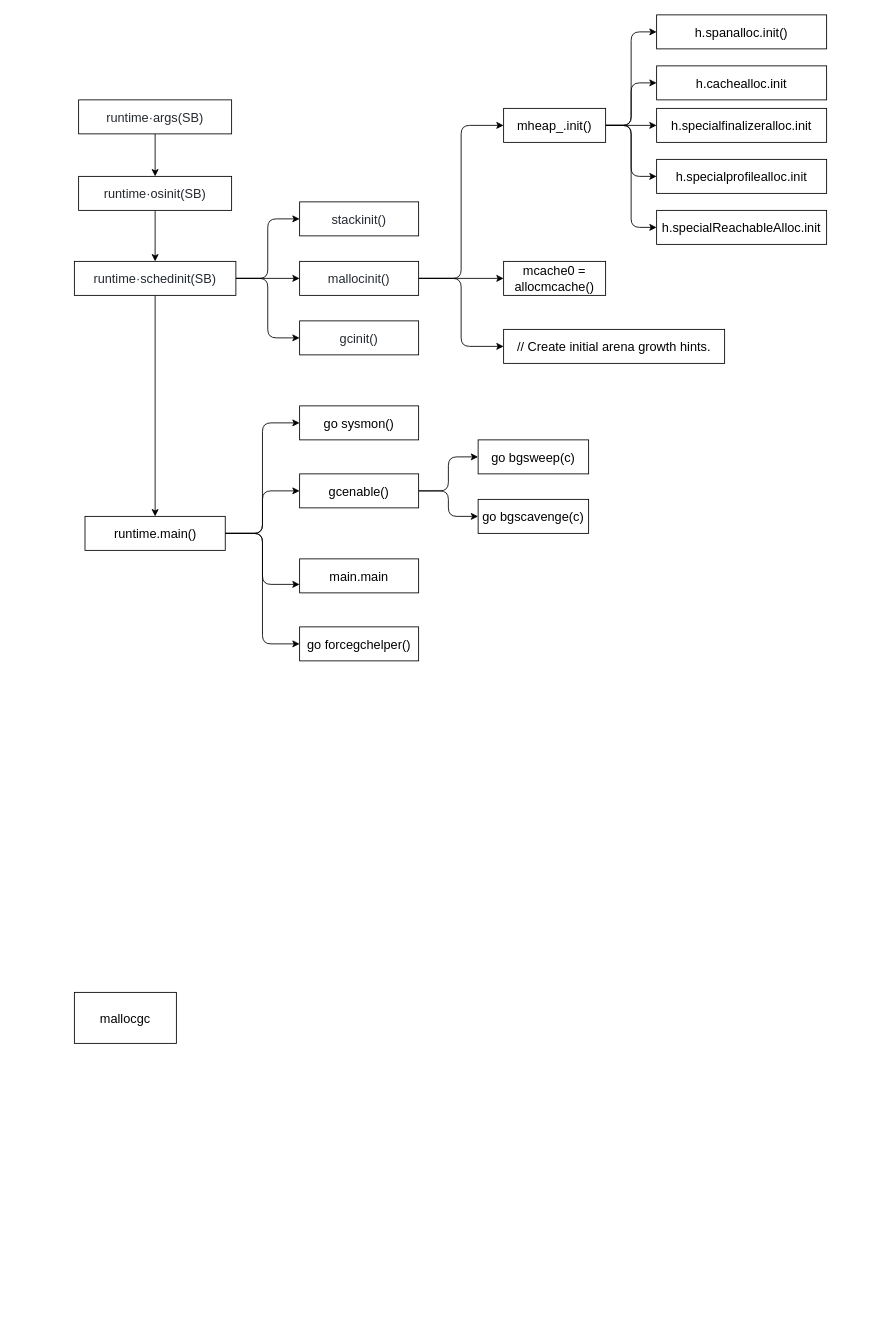
Above: page "bootstrap" (1 of 2) of source/diagrams/Go.drawio in wxquare/wxquare.github.io (draw.io), before the change. Source tidied: cells renumbered, new cells numbered last; positions are measured from the earlier drawing's top-left corner, leaving out a move shared by most shapes. Both pictures are drawn from the tidied source at 85%, with x=0, y=0 at pixel (74, 14).
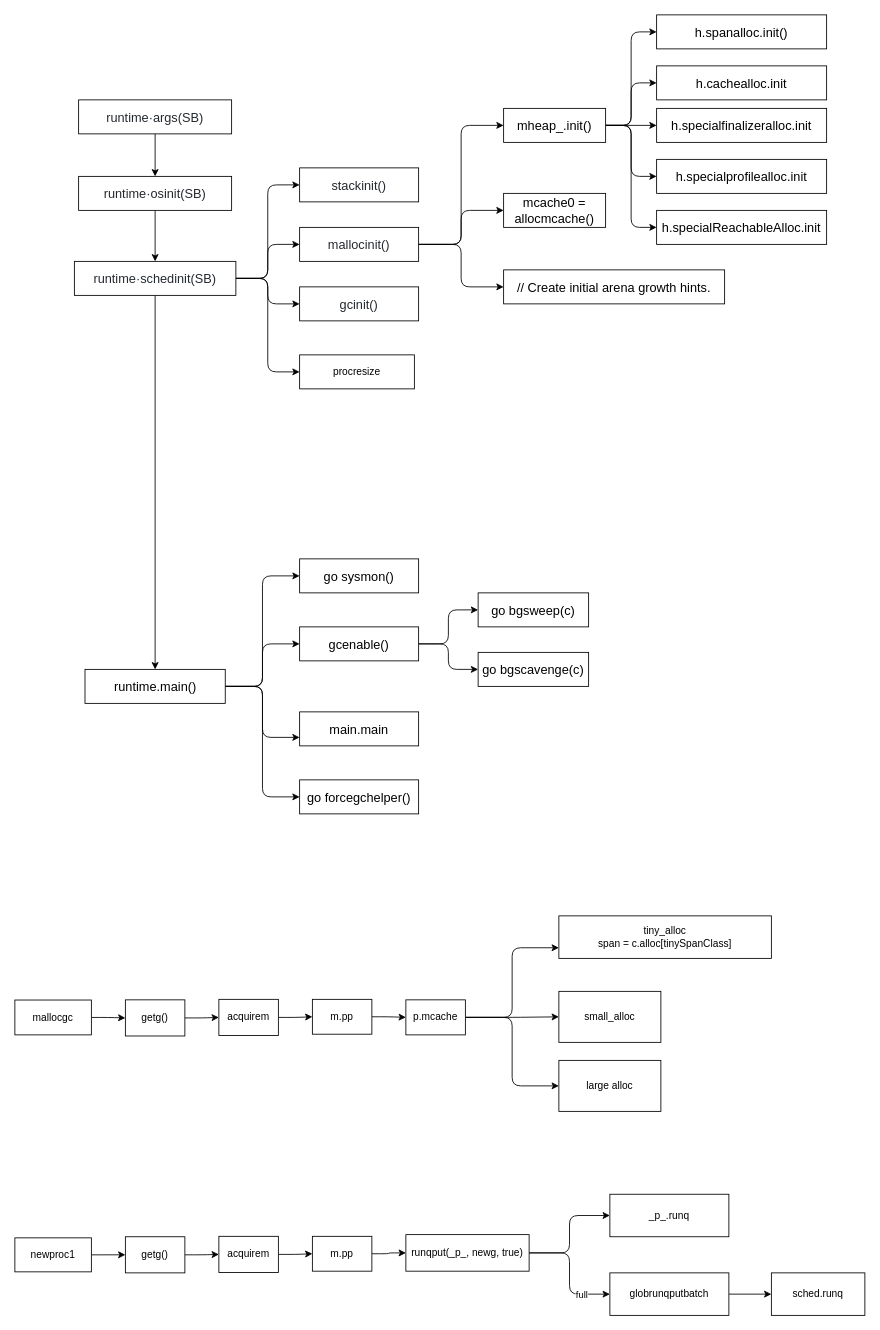
The same diagram, later.

Unchanged cells that the change refers to:
```xml
<mxCell id="10" value="&lt;div style=&quot;box-sizing: border-box; font-size: 15px; margin-top: 0px; margin-bottom: 0px; overflow-wrap: normal; padding: 16px; overflow: auto; line-height: 1.45; background-color: var(--color-canvas-subtle); border-radius: 6px; word-break: normal; color: rgb(36, 41, 47); text-align: start;&quot;&gt;runtime·&lt;span style=&quot;box-sizing: border-box; font-size: 15px;&quot; class=&quot;pl-s1&quot;&gt;schedinit&lt;/span&gt;(&lt;span style=&quot;box-sizing: border-box; font-size: 15px;&quot; class=&quot;pl-s1&quot;&gt;SB&lt;/span&gt;)&lt;/div&gt;" style="rounded=0;whiteSpace=wrap;html=1;fontFamily=Helvetica;fontSize=15;" parent="1" vertex="1">
  <mxGeometry y="290" width="190" height="40" as="geometry" />
</mxCell>
```

Change to the diagram source:
```diff
@@
+    <mxCell id="44" style="edgeStyle=orthogonalEdgeStyle;rounded=1;jettySize=auto;html=1;exitX=1;exitY=0.5;exitDx=0;exitDy=0;entryX=0;entryY=0.5;entryDx=0;entryDy=0;" parent="1" edge="1" source="10" target="59">
+      <mxGeometry relative="1" as="geometry" />
+    </mxCell>
@@
     <mxCell id="11" value="&lt;div style=&quot;box-sizing: border-box; font-size: 15px; margin-top: 0px; margin-bottom: 0px; overflow-wrap: normal; padding: 16px; overflow: auto; line-height: 1.45; background-color: var(--color-canvas-subtle); border-radius: 6px; word-break: normal; color: rgb(36, 41, 47); text-align: start;&quot;&gt;stackinit()&lt;/div&gt;" style="rounded=0;whiteSpace=wrap;html=1;fontFamily=Helvetica;fontSize=15;" parent="1" vertex="1">
-      <mxGeometry x="265" y="220" width="140" height="40" as="geometry" />
+      <mxGeometry x="265" y="180" width="140" height="40" as="geometry" />
     </mxCell>
@@
     <mxCell id="15" value="&lt;div style=&quot;box-sizing: border-box; font-size: 15px; margin-top: 0px; margin-bottom: 0px; overflow-wrap: normal; padding: 16px; overflow: auto; line-height: 1.45; background-color: var(--color-canvas-subtle); border-radius: 6px; word-break: normal; color: rgb(36, 41, 47); text-align: start;&quot;&gt;&lt;div style=&quot;box-sizing: border-box; margin-top: 0px; margin-bottom: 0px; overflow-wrap: normal; padding: 16px; overflow: auto; line-height: 1.45; background-color: var(--color-canvas-subtle); border-radius: 6px; word-break: normal; font-size: 15px;&quot;&gt;mallocinit()&lt;/div&gt;&lt;/div&gt;" style="rounded=0;whiteSpace=wrap;html=1;fontFamily=Helvetica;fontSize=15;" parent="1" vertex="1">
-      <mxGeometry x="265" y="290" width="140" height="40" as="geometry" />
+      <mxGeometry x="265" y="250" width="140" height="40" as="geometry" />
     </mxCell>
     <mxCell id="16" value="&lt;div style=&quot;box-sizing: border-box; font-size: 15px; margin-top: 0px; margin-bottom: 0px; overflow-wrap: normal; padding: 16px; overflow: auto; line-height: 1.45; background-color: var(--color-canvas-subtle); border-radius: 6px; word-break: normal; color: rgb(36, 41, 47); text-align: start;&quot;&gt;&lt;div style=&quot;box-sizing: border-box; margin-top: 0px; margin-bottom: 0px; overflow-wrap: normal; padding: 16px; overflow: auto; line-height: 1.45; background-color: var(--color-canvas-subtle); border-radius: 6px; word-break: normal; font-size: 15px;&quot;&gt;gcinit()&lt;/div&gt;&lt;/div&gt;" style="rounded=0;whiteSpace=wrap;html=1;fontFamily=Helvetica;fontSize=15;" parent="1" vertex="1">
-      <mxGeometry x="265" y="360" width="140" height="40" as="geometry" />
+      <mxGeometry x="265" y="320" width="140" height="40" as="geometry" />
     </mxCell>
@@
     <mxCell id="21" value="runtime.main()" style="rounded=0;whiteSpace=wrap;html=1;fontFamily=Helvetica;fontSize=15;" parent="1" vertex="1">
-      <mxGeometry x="12.5" y="590" width="165" height="40" as="geometry" />
+      <mxGeometry x="12.5" y="770" width="165" height="40" as="geometry" />
     </mxCell>
@@
     <mxCell id="24" value="gcenable()" style="rounded=0;whiteSpace=wrap;html=1;fontFamily=Helvetica;fontSize=15;" parent="1" vertex="1">
-      <mxGeometry x="265" y="540" width="140" height="40" as="geometry" />
+      <mxGeometry x="265" y="720" width="140" height="40" as="geometry" />
     </mxCell>
     <mxCell id="25" value="go sysmon()" style="rounded=0;whiteSpace=wrap;html=1;fontFamily=Helvetica;fontSize=15;" parent="1" vertex="1">
-      <mxGeometry x="265" y="460" width="140" height="40" as="geometry" />
+      <mxGeometry x="265" y="640" width="140" height="40" as="geometry" />
     </mxCell>
     <mxCell id="26" value="go forcegchelper()" style="rounded=0;whiteSpace=wrap;html=1;fontFamily=Helvetica;fontSize=15;" parent="1" vertex="1">
-      <mxGeometry x="265" y="720" width="140" height="40" as="geometry" />
+      <mxGeometry x="265" y="900" width="140" height="40" as="geometry" />
     </mxCell>
     <mxCell id="27" value="go bgsweep(c)" style="rounded=0;whiteSpace=wrap;html=1;fontFamily=Helvetica;fontSize=15;" parent="1" vertex="1">
-      <mxGeometry x="475" y="500" width="130" height="40" as="geometry" />
+      <mxGeometry x="475" y="680" width="130" height="40" as="geometry" />
     </mxCell>
     <mxCell id="28" value="go bgscavenge(c)" style="rounded=0;whiteSpace=wrap;html=1;fontFamily=Helvetica;fontSize=15;" parent="1" vertex="1">
-      <mxGeometry x="475" y="570" width="130" height="40" as="geometry" />
+      <mxGeometry x="475" y="750" width="130" height="40" as="geometry" />
     </mxCell>
     <mxCell id="29" value="main.main" style="rounded=0;whiteSpace=wrap;html=1;fontFamily=Helvetica;fontSize=15;" parent="1" vertex="1">
-      <mxGeometry x="265" y="640" width="140" height="40" as="geometry" />
+      <mxGeometry x="265" y="820" width="140" height="40" as="geometry" />
     </mxCell>
@@
     <mxCell id="36" value="mcache0 = allocmcache()" style="rounded=0;whiteSpace=wrap;html=1;fontFamily=Helvetica;fontSize=15;" parent="1" vertex="1">
-      <mxGeometry x="505" y="290" width="120" height="40" as="geometry" />
+      <mxGeometry x="505" y="210" width="120" height="40" as="geometry" />
     </mxCell>
     <mxCell id="37" value="// Create initial arena growth hints." style="rounded=0;whiteSpace=wrap;html=1;fontFamily=Helvetica;fontSize=15;" parent="1" vertex="1">
-      <mxGeometry x="505" y="370" width="260" height="40" as="geometry" />
+      <mxGeometry x="505" y="300" width="260" height="40" as="geometry" />
     </mxCell>
@@
+    <mxCell id="45" value="tiny_alloc&lt;br&gt;span = c.alloc[tinySpanClass]" style="rounded=0;whiteSpace=wrap;html=1;" parent="1" vertex="1">
+      <mxGeometry x="570" y="1060" width="250" height="50" as="geometry" />
+    </mxCell>
+    <mxCell id="46" value="small_alloc" style="rounded=0;whiteSpace=wrap;html=1;" parent="1" vertex="1">
+      <mxGeometry x="570" y="1148.8" width="120" height="60" as="geometry" />
+    </mxCell>
+    <mxCell id="47" value="large alloc" style="rounded=0;whiteSpace=wrap;html=1;" parent="1" vertex="1">
+      <mxGeometry x="570" y="1230" width="120" height="60" as="geometry" />
+    </mxCell>
+    <mxCell id="48" style="edgeStyle=orthogonalEdgeStyle;rounded=1;jettySize=auto;html=1;exitX=1;exitY=0.5;exitDx=0;exitDy=0;entryX=0;entryY=0.5;entryDx=0;entryDy=0;" parent="1" edge="1" source="49" target="58">
+      <mxGeometry relative="1" as="geometry" />
+    </mxCell>
+    <mxCell id="49" value="getg()" style="rounded=0;whiteSpace=wrap;html=1;" parent="1" vertex="1">
+      <mxGeometry x="60" y="1158.8" width="70" height="42.5" as="geometry" />
+    </mxCell>
+    <mxCell id="50" style="edgeStyle=orthogonalEdgeStyle;rounded=1;jettySize=auto;html=1;exitX=1;exitY=0.5;exitDx=0;exitDy=0;entryX=0;entryY=0.5;entryDx=0;entryDy=0;" parent="1" edge="1" source="43" target="49">
+      <mxGeometry relative="1" as="geometry" />
+    </mxCell>
-    <mxCell id="43" value="mallocgc" style="rounded=0;whiteSpace=wrap;html=1;fontFamily=Helvetica;fontSize=15;" parent="1" vertex="1">
-      <mxGeometry y="1150" width="120" height="60" as="geometry" />
+    <mxCell id="43" value="mallocgc" style="rounded=0;whiteSpace=wrap;html=1;" parent="1" vertex="1">
+      <mxGeometry x="-70" y="1159" width="90" height="41" as="geometry" />
     </mxCell>
+    <mxCell id="51" style="edgeStyle=orthogonalEdgeStyle;rounded=1;jettySize=auto;html=1;exitX=1;exitY=0.5;exitDx=0;exitDy=0;entryX=0;entryY=0.5;entryDx=0;entryDy=0;" parent="1" edge="1" source="52" target="56">
+      <mxGeometry relative="1" as="geometry" />
+    </mxCell>
+    <mxCell id="52" value="m.pp" style="rounded=0;whiteSpace=wrap;html=1;" parent="1" vertex="1">
+      <mxGeometry x="280" y="1158.2" width="70" height="41" as="geometry" />
+    </mxCell>
+    <mxCell id="53" style="edgeStyle=orthogonalEdgeStyle;rounded=1;jettySize=auto;html=1;exitX=1;exitY=0.5;exitDx=0;exitDy=0;entryX=0;entryY=0.75;entryDx=0;entryDy=0;" parent="1" edge="1" source="56" target="45">
+      <mxGeometry relative="1" as="geometry" />
+    </mxCell>
+    <mxCell id="54" style="edgeStyle=orthogonalEdgeStyle;rounded=1;jettySize=auto;html=1;exitX=1;exitY=0.5;exitDx=0;exitDy=0;entryX=0;entryY=0.5;entryDx=0;entryDy=0;" parent="1" edge="1" source="56" target="46">
+      <mxGeometry relative="1" as="geometry" />
+    </mxCell>
+    <mxCell id="55" style="edgeStyle=orthogonalEdgeStyle;rounded=1;jettySize=auto;html=1;exitX=1;exitY=0.5;exitDx=0;exitDy=0;entryX=0;entryY=0.5;entryDx=0;entryDy=0;" parent="1" edge="1" source="56" target="47">
+      <mxGeometry relative="1" as="geometry" />
+    </mxCell>
+    <mxCell id="56" value="p.mcache" style="rounded=0;whiteSpace=wrap;html=1;" parent="1" vertex="1">
+      <mxGeometry x="390" y="1158.8" width="70" height="41.2" as="geometry" />
+    </mxCell>
+    <mxCell id="57" style="edgeStyle=orthogonalEdgeStyle;rounded=1;jettySize=auto;html=1;exitX=1;exitY=0.5;exitDx=0;exitDy=0;entryX=0;entryY=0.5;entryDx=0;entryDy=0;" parent="1" edge="1" source="58" target="52">
+      <mxGeometry relative="1" as="geometry" />
+    </mxCell>
+    <mxCell id="58" value="acquirem" style="rounded=0;whiteSpace=wrap;html=1;" parent="1" vertex="1">
+      <mxGeometry x="170" y="1158.2" width="70" height="42.5" as="geometry" />
+    </mxCell>
+    <mxCell id="59" value="procresize" style="rounded=0;whiteSpace=wrap;html=1;" parent="1" vertex="1">
+      <mxGeometry x="265" y="400" width="135" height="40" as="geometry" />
+    </mxCell>
+    <mxCell id="60" style="edgeStyle=orthogonalEdgeStyle;rounded=1;jettySize=auto;html=1;exitX=1;exitY=0.5;exitDx=0;exitDy=0;entryX=0;entryY=0.5;entryDx=0;entryDy=0;" parent="1" edge="1" source="61" target="63">
+      <mxGeometry relative="1" as="geometry" />
+    </mxCell>
+    <mxCell id="61" value="newproc1" style="rounded=0;whiteSpace=wrap;html=1;" parent="1" vertex="1">
+      <mxGeometry x="-70" y="1438.8" width="90" height="40" as="geometry" />
+    </mxCell>
+    <mxCell id="62" style="edgeStyle=orthogonalEdgeStyle;rounded=1;jettySize=auto;html=1;exitX=1;exitY=0.5;exitDx=0;exitDy=0;entryX=0;entryY=0.5;entryDx=0;entryDy=0;" parent="1" edge="1" source="63" target="67">
+      <mxGeometry relative="1" as="geometry" />
+    </mxCell>
+    <mxCell id="63" value="getg()" style="rounded=0;whiteSpace=wrap;html=1;" parent="1" vertex="1">
+      <mxGeometry x="60" y="1437.5" width="70" height="42.5" as="geometry" />
+    </mxCell>
+    <mxCell id="64" style="edgeStyle=orthogonalEdgeStyle;rounded=1;jettySize=auto;html=1;exitX=1;exitY=0.5;exitDx=0;exitDy=0;entryX=0;entryY=0.5;entryDx=0;entryDy=0;" parent="1" edge="1" source="65" target="72">
+      <mxGeometry relative="1" as="geometry" />
+    </mxCell>
+    <mxCell id="65" value="m.pp" style="rounded=0;whiteSpace=wrap;html=1;" parent="1" vertex="1">
+      <mxGeometry x="280" y="1437" width="70" height="41" as="geometry" />
+    </mxCell>
+    <mxCell id="66" style="edgeStyle=orthogonalEdgeStyle;rounded=1;jettySize=auto;html=1;exitX=1;exitY=0.5;exitDx=0;exitDy=0;entryX=0;entryY=0.5;entryDx=0;entryDy=0;" parent="1" edge="1" source="67" target="65">
+      <mxGeometry relative="1" as="geometry" />
+    </mxCell>
+    <mxCell id="67" value="acquirem" style="rounded=0;whiteSpace=wrap;html=1;" parent="1" vertex="1">
+      <mxGeometry x="170" y="1437" width="70" height="42.5" as="geometry" />
+    </mxCell>
+    <mxCell id="68" value="_p_.runq" style="rounded=0;whiteSpace=wrap;html=1;" parent="1" vertex="1">
+      <mxGeometry x="630" y="1387.5" width="140" height="50" as="geometry" />
+    </mxCell>
+    <mxCell id="69" style="edgeStyle=orthogonalEdgeStyle;rounded=1;jettySize=auto;html=1;exitX=1;exitY=0.5;exitDx=0;exitDy=0;entryX=0;entryY=0.5;entryDx=0;entryDy=0;" parent="1" edge="1" source="72" target="68">
+      <mxGeometry relative="1" as="geometry" />
+    </mxCell>
+    <mxCell id="70" style="edgeStyle=orthogonalEdgeStyle;rounded=1;jettySize=auto;html=1;exitX=1;exitY=0.5;exitDx=0;exitDy=0;entryX=0;entryY=0.5;entryDx=0;entryDy=0;" parent="1" edge="1" source="72" target="74">
+      <mxGeometry relative="1" as="geometry" />
+    </mxCell>
+    <mxCell id="71" value="full" style="edgeLabel;html=1;align=center;verticalAlign=middle;" parent="70" vertex="1">
+      <mxGeometry x="0.54" y="-3" relative="1" as="geometry">
+        <mxPoint y="-3" as="offset" />
+      </mxGeometry>
+    </mxCell>
+    <mxCell id="72" value="runqput(_p_, newg, true)" style="rounded=0;whiteSpace=wrap;html=1;" parent="1" vertex="1">
+      <mxGeometry x="390" y="1435" width="145" height="43" as="geometry" />
+    </mxCell>
+    <mxCell id="73" style="edgeStyle=orthogonalEdgeStyle;rounded=1;jettySize=auto;html=1;exitX=1;exitY=0.5;exitDx=0;exitDy=0;entryX=0;entryY=0.5;entryDx=0;entryDy=0;" parent="1" edge="1" source="74" target="75">
+      <mxGeometry relative="1" as="geometry" />
+    </mxCell>
+    <mxCell id="74" value="globrunqputbatch" style="rounded=0;whiteSpace=wrap;html=1;" parent="1" vertex="1">
+      <mxGeometry x="630" y="1480" width="140" height="50" as="geometry" />
+    </mxCell>
+    <mxCell id="75" value="sched.runq" style="rounded=0;whiteSpace=wrap;html=1;" parent="1" vertex="1">
+      <mxGeometry x="820" y="1480" width="110" height="50" as="geometry" />
+    </mxCell>
```
